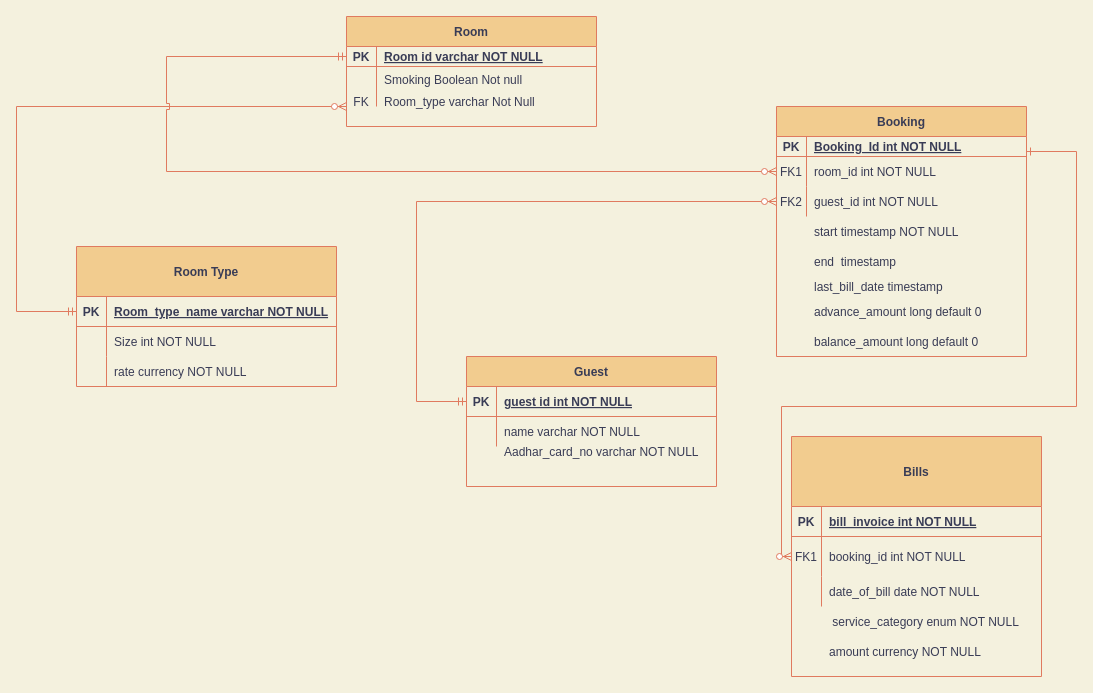
Before: Untitled Diagram.drawio in Sohamraje137/random, a draw.io diagram. Source tidied: cells renumbered, new cells numbered last; positions are measured from the earlier drawing's top-left corner, leaving out a move shared by most shapes. Both pictures are drawn from the tidied source at 100%, with x=0, y=0 at pixel (16, 16).
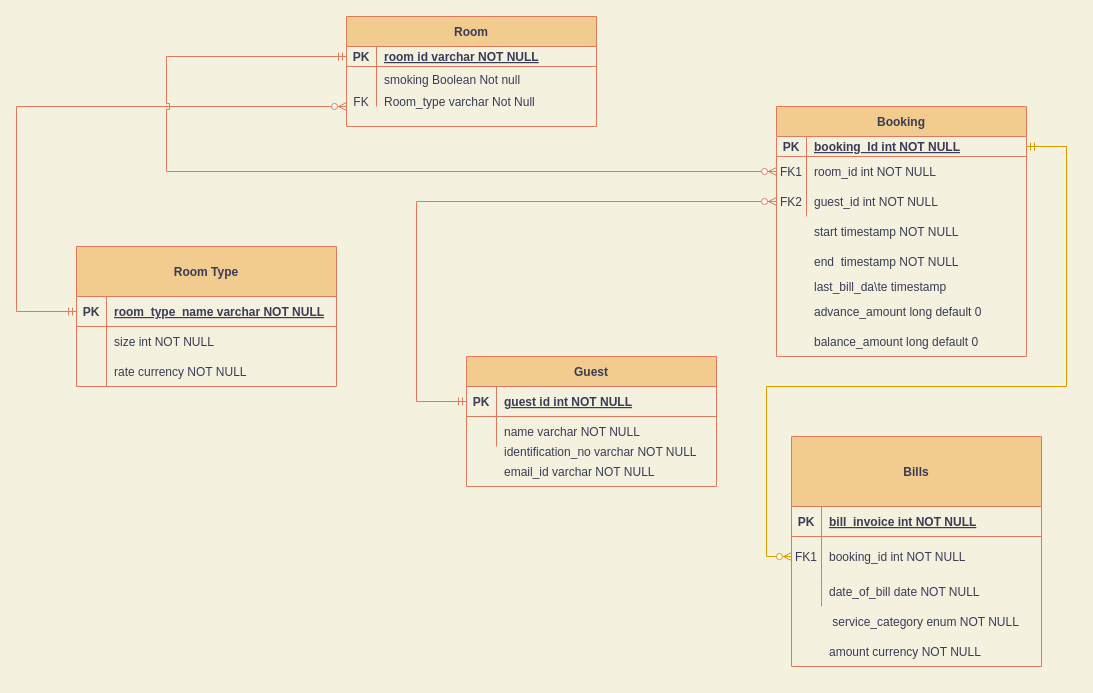
Above is the later version.

The change refers to these unchanged cells:
```xml
<mxCell id="14" style="shape=partialRectangle;fillColor=none;points=[[0,0.5],[1,0.5]];portConstraint=eastwest;top=0;left=0;right=0;bottom=0;strokeColor=#E07A5F;fontColor=#393C56;" parent="10" vertex="1">
  <mxGeometry y="100" width="250" height="40" as="geometry" />
</mxCell>
<mxCell id="26" style="shape=partialRectangle;fillColor=none;top=0;left=0;right=0;bottom=0;strokeColor=#E07A5F;fontColor=#393C56;" parent="1" vertex="1">
  <mxGeometry x="450" y="420" width="250" height="30" as="geometry" />
</mxCell>
<mxCell id="30" style="shape=partialRectangle;fillColor=none;points=[[0,0.5],[1,0.5]];portConstraint=eastwest;top=0;left=0;right=0;bottom=1;strokeColor=#E07A5F;fontColor=#393C56;" parent="29" vertex="1">
  <mxGeometry y="50" width="260" height="30" as="geometry" />
</mxCell>
<mxCell id="33" style="shape=partialRectangle;fillColor=none;top=0;left=0;right=0;bottom=0;strokeColor=#E07A5F;fontColor=#393C56;" parent="29" vertex="1">
  <mxGeometry y="80" width="260" height="30" as="geometry" />
</mxCell>
<mxCell id="49" style="shape=partialRectangle;fillColor=none;points=[[0,0.5],[1,0.5]];portConstraint=eastwest;top=0;left=0;right=0;bottom=1;strokeColor=#E07A5F;fontColor=#393C56;" parent="48" vertex="1">
  <mxGeometry y="30" width="250" height="20" as="geometry" />
</mxCell>
<mxCell id="52" style="shape=partialRectangle;fillColor=none;points=[[0,0.5],[1,0.5]];portConstraint=eastwest;top=0;left=0;right=0;bottom=0;strokeColor=#E07A5F;fontColor=#393C56;" parent="48" vertex="1">
  <mxGeometry y="50" width="250" height="40" as="geometry" />
</mxCell>
<mxCell id="56" style="shape=partialRectangle;fillColor=none;points=[[0,0.5],[1,0.5]];portConstraint=eastwest;top=0;left=0;right=0;bottom=1;strokeColor=#E07A5F;fontColor=#393C56;" parent="55" vertex="1">
  <mxGeometry y="30" width="250" height="20" as="geometry" />
</mxCell>
```

Change to the diagram source:
```diff
@@
-    <mxCell id="2" style="edgeStyle=orthogonalEdgeStyle;endArrow=ERzeroToMany;startArrow=ERone;endFill=1;startFill=0;entryX=0;entryY=0.5;entryDx=0;entryDy=0;rounded=0;labelBackgroundColor=#F4F1DE;strokeColor=#E07A5F;fontColor=#393C56;" parent="1" edge="1" source="56" target="14">
-      <mxGeometry relative="1" as="geometry">
-        <Array as="points">
-          <mxPoint x="1060" y="135" />
-          <mxPoint x="1060" y="390" />
-          <mxPoint x="765" y="390" />
-          <mxPoint x="765" y="540" />
-        </Array>
-      </mxGeometry>
-    </mxCell>
@@
-    <mxCell id="8" value="end  timestamp " style="shape=partialRectangle;overflow=hidden;fillColor=none;top=0;left=0;bottom=0;right=0;align=left;spacingLeft=6;strokeColor=#E07A5F;fontColor=#393C56;" parent="1" vertex="1">
+    <mxCell id="8" value="end  timestamp NOT NULL" style="shape=partialRectangle;overflow=hidden;fillColor=none;top=0;left=0;bottom=0;right=0;align=left;spacingLeft=6;strokeColor=#E07A5F;fontColor=#393C56;" parent="1" vertex="1">
       <mxGeometry x="790" y="230" width="220" height="30" as="geometry" />
     </mxCell>
-    <mxCell id="9" value="last_bill_date timestamp" style="shape=partialRectangle;overflow=hidden;fillColor=none;top=0;left=0;bottom=0;right=0;align=left;spacingLeft=6;strokeColor=#E07A5F;fontColor=#393C56;" parent="1" vertex="1">
+    <mxCell id="9" value="last_bill_da\te timestamp" style="shape=partialRectangle;overflow=hidden;fillColor=none;top=0;left=0;bottom=0;right=0;align=left;spacingLeft=6;strokeColor=#E07A5F;fontColor=#393C56;" parent="1" vertex="1">
       <mxGeometry x="790" y="255" width="220" height="30" as="geometry" />
     </mxCell>
     <mxCell id="10" value="Bills" style="shape=table;startSize=70;childLayout=tableLayout;rowLines=0;fontStyle=1;align=center;fillColor=#F2CC8F;strokeColor=#E07A5F;fontColor=#393C56;" parent="1" vertex="1">
-      <mxGeometry x="775" y="420" width="250" height="240" as="geometry" />
+      <mxGeometry x="775" y="420" width="250" height="230" as="geometry" />
     </mxCell>
@@
     <mxCell id="22" value="amount currency NOT NULL" style="shape=partialRectangle;overflow=hidden;fillColor=none;top=0;left=0;bottom=0;right=0;align=left;spacingLeft=6;strokeColor=#E07A5F;fontColor=#393C56;" parent="1" vertex="1">
-      <mxGeometry x="805" y="620" width="220" height="30" as="geometry" />
+      <mxGeometry x="805" y="610" width="220" height="50" as="geometry" />
     </mxCell>
@@
-    <mxCell id="28" value="Aadhar_card_no varchar NOT NULL" style="shape=partialRectangle;overflow=hidden;fillColor=none;top=0;left=0;bottom=0;right=0;align=left;spacingLeft=6;strokeColor=#E07A5F;fontColor=#393C56;" parent="26" vertex="1">
+    <mxCell id="28" value="identification_no varchar NOT NULL" style="shape=partialRectangle;overflow=hidden;fillColor=none;top=0;left=0;bottom=0;right=0;align=left;spacingLeft=6;strokeColor=#E07A5F;fontColor=#393C56;" parent="26" vertex="1">
       <mxGeometry x="30" width="220" height="30" as="geometry" />
     </mxCell>
@@
-    <mxCell id="32" value="Room_type_name varchar NOT NULL " style="shape=partialRectangle;overflow=hidden;fillColor=none;top=0;left=0;bottom=0;right=0;align=left;spacingLeft=6;fontStyle=5;strokeColor=#E07A5F;fontColor=#393C56;" parent="30" vertex="1">
+    <mxCell id="32" value="room_type_name varchar NOT NULL " style="shape=partialRectangle;overflow=hidden;fillColor=none;top=0;left=0;bottom=0;right=0;align=left;spacingLeft=6;fontStyle=5;strokeColor=#E07A5F;fontColor=#393C56;" parent="30" vertex="1">
       <mxGeometry x="30" width="230" height="30" as="geometry" />
     </mxCell>
@@
-    <mxCell id="35" value="Size int NOT NULL" style="shape=partialRectangle;overflow=hidden;fillColor=none;top=0;left=0;bottom=0;right=0;align=left;spacingLeft=6;strokeColor=#E07A5F;fontColor=#393C56;" parent="33" vertex="1">
+    <mxCell id="35" value="size int NOT NULL" style="shape=partialRectangle;overflow=hidden;fillColor=none;top=0;left=0;bottom=0;right=0;align=left;spacingLeft=6;strokeColor=#E07A5F;fontColor=#393C56;" parent="33" vertex="1">
       <mxGeometry x="30" width="230" height="30" as="geometry" />
     </mxCell>
@@
-    <mxCell id="51" value="Room id varchar NOT NULL " style="shape=partialRectangle;overflow=hidden;fillColor=none;top=0;left=0;bottom=0;right=0;align=left;spacingLeft=6;fontStyle=5;strokeColor=#E07A5F;fontColor=#393C56;" parent="49" vertex="1">
+    <mxCell id="51" value="room id varchar NOT NULL " style="shape=partialRectangle;overflow=hidden;fillColor=none;top=0;left=0;bottom=0;right=0;align=left;spacingLeft=6;fontStyle=5;strokeColor=#E07A5F;fontColor=#393C56;" parent="49" vertex="1">
       <mxGeometry x="30" width="220" height="20" as="geometry" />
     </mxCell>
@@
-    <mxCell id="54" value="Smoking Boolean Not null&#10;" style="shape=partialRectangle;overflow=hidden;fillColor=none;top=0;left=0;bottom=0;right=0;align=left;spacingLeft=6;strokeColor=#E07A5F;fontColor=#393C56;" parent="52" vertex="1">
+    <mxCell id="54" value="smoking Boolean Not null&#10;" style="shape=partialRectangle;overflow=hidden;fillColor=none;top=0;left=0;bottom=0;right=0;align=left;spacingLeft=6;strokeColor=#E07A5F;fontColor=#393C56;" parent="52" vertex="1">
       <mxGeometry x="30" width="220" height="40" as="geometry" />
     </mxCell>
@@
-    <mxCell id="58" value="Booking_Id int NOT NULL " style="shape=partialRectangle;overflow=hidden;fillColor=none;top=0;left=0;bottom=0;right=0;align=left;spacingLeft=6;fontStyle=5;strokeColor=#E07A5F;fontColor=#393C56;" parent="56" vertex="1">
+    <mxCell id="58" value="booking_Id int NOT NULL " style="shape=partialRectangle;overflow=hidden;fillColor=none;top=0;left=0;bottom=0;right=0;align=left;spacingLeft=6;fontStyle=5;strokeColor=#E07A5F;fontColor=#393C56;" parent="56" vertex="1">
       <mxGeometry x="30" width="220" height="20" as="geometry" />
     </mxCell>
@@
+    <mxCell id="67" style="edgeStyle=orthogonalEdgeStyle;fontSize=12;html=1;endArrow=ERzeroToMany;startArrow=ERmandOne;exitX=1;exitY=0.5;exitDx=0;exitDy=0;rounded=0;fillColor=#ffe6cc;strokeColor=#D79B00;" parent="1" edge="1" source="56">
+      <mxGeometry relative="1" as="geometry">
+        <mxPoint x="775" y="540" as="targetPoint" />
+        <Array as="points">
+          <mxPoint x="1050" y="130" />
+          <mxPoint x="1050" y="370" />
+          <mxPoint x="750" y="370" />
+          <mxPoint x="750" y="540" />
+        </Array>
+      </mxGeometry>
+    </mxCell>
+    <mxCell id="68" style="shape=partialRectangle;fillColor=none;top=0;left=0;right=0;bottom=0;strokeColor=#E07A5F;fontColor=#393C56;" parent="1" vertex="1">
+      <mxGeometry x="450" y="440" width="250" height="30" as="geometry" />
+    </mxCell>
+    <mxCell id="69" style="shape=partialRectangle;overflow=hidden;fillColor=none;top=0;left=0;bottom=0;right=0;strokeColor=#E07A5F;fontColor=#393C56;" parent="68" vertex="1">
+      <mxGeometry width="30" height="30" as="geometry" />
+    </mxCell>
+    <mxCell id="70" value="email_id varchar NOT NULL" style="shape=partialRectangle;overflow=hidden;fillColor=none;top=0;left=0;bottom=0;right=0;align=left;spacingLeft=6;strokeColor=#E07A5F;fontColor=#393C56;" parent="68" vertex="1">
+      <mxGeometry x="30" width="220" height="30" as="geometry" />
+    </mxCell>
```
